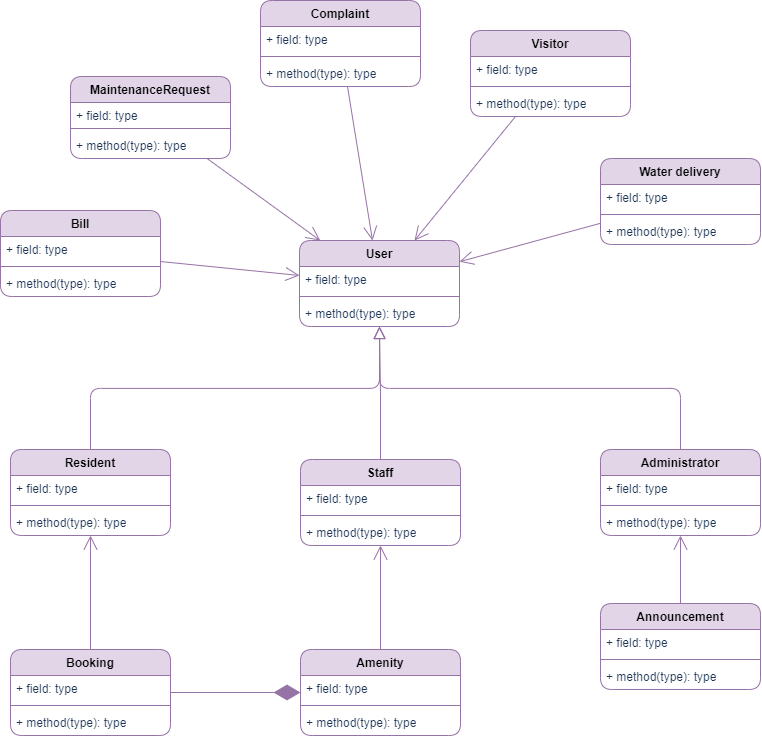
This is UML class diagram.drawio.png from zainy0805/SE_Assignment_project, a draw.io export, as it was before one commit. Source tidied: cells renumbered, new cells last; positions are measured from the earlier drawing's top-left corner, leaving out a move shared by most shapes.
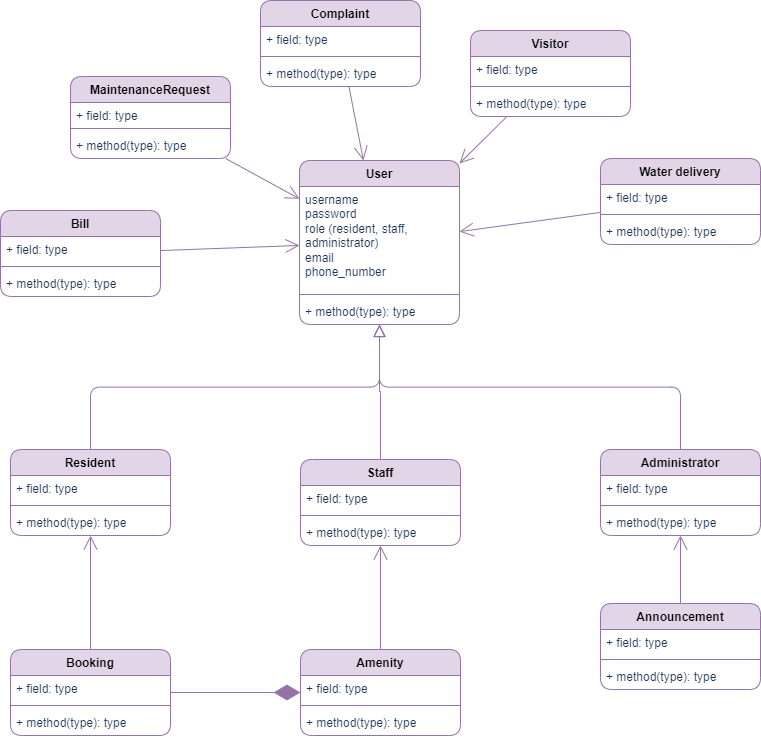
After the commit.

Change to the diagram source:
```diff
@@ -6,16 +6,16 @@
       <mxGeometry relative="1" as="geometry" />
     </mxCell>
     <mxCell id="3" value="User" style="swimlane;fontStyle=1;align=center;verticalAlign=top;horizontal=1;startSize=26;whiteSpace=wrap;html=1;rounded=1;strokeColor=#9673a6;fillColor=#e1d5e7;" parent="1" vertex="1">
-      <mxGeometry x="299" y="240" width="160" height="86" as="geometry" />
+      <mxGeometry x="299" y="160" width="160" height="164" as="geometry" />
     </mxCell>
-    <mxCell id="4" value="+ field: type" style="text;strokeColor=none;fillColor=none;align=left;verticalAlign=top;spacingLeft=4;spacingRight=4;overflow=hidden;whiteSpace=wrap;html=1;fontColor=#1D3557;" parent="3" vertex="1">
-      <mxGeometry y="26" width="160" height="26" as="geometry" />
+    <mxCell id="4" value="&lt;span style=&quot;background-color: initial;&quot;&gt;username&lt;/span&gt;&lt;br&gt;&lt;span style=&quot;background-color: initial;&quot;&gt;password&lt;/span&gt;&lt;br&gt;&lt;span style=&quot;background-color: initial;&quot;&gt;role (resident, staff, administrator)&lt;/span&gt;&lt;br&gt;&lt;span style=&quot;background-color: initial;&quot;&gt;email&lt;/span&gt;&lt;br&gt;&lt;span style=&quot;background-color: initial;&quot;&gt;phone_number&lt;/span&gt;" style="text;strokeColor=none;fillColor=none;align=left;verticalAlign=top;spacingLeft=4;spacingRight=4;overflow=hidden;whiteSpace=wrap;html=1;fontColor=#1D3557;" parent="3" vertex="1">
+      <mxGeometry y="26" width="160" height="104" as="geometry" />
     </mxCell>
     <mxCell id="5" style="line;strokeWidth=1;fillColor=none;align=left;verticalAlign=middle;spacingTop=-1;spacingLeft=3;spacingRight=3;labelPosition=right;strokeColor=inherit;rounded=1;fontColor=#1D3557;" parent="3" vertex="1">
-      <mxGeometry y="52" width="160" height="8" as="geometry" />
+      <mxGeometry y="130" width="160" height="8" as="geometry" />
     </mxCell>
     <mxCell id="6" value="+ method(type): type" style="text;strokeColor=none;fillColor=none;align=left;verticalAlign=top;spacingLeft=4;spacingRight=4;overflow=hidden;points=[[0,0.5],[1,0.5]];portConstraint=eastwest;whiteSpace=wrap;html=1;fontColor=#1D3557;" parent="3" vertex="1">
-      <mxGeometry y="60" width="160" height="26" as="geometry" />
+      <mxGeometry y="138" width="160" height="26" as="geometry" />
     </mxCell>
     <mxCell id="7" value="Resident" style="swimlane;fontStyle=1;align=center;verticalAlign=top;horizontal=1;startSize=26;whiteSpace=wrap;html=1;rounded=1;strokeColor=#9673a6;fillColor=#e1d5e7;" parent="1" vertex="1">
       <mxGeometry x="10" y="449" width="160" height="86" as="geometry" />
```
